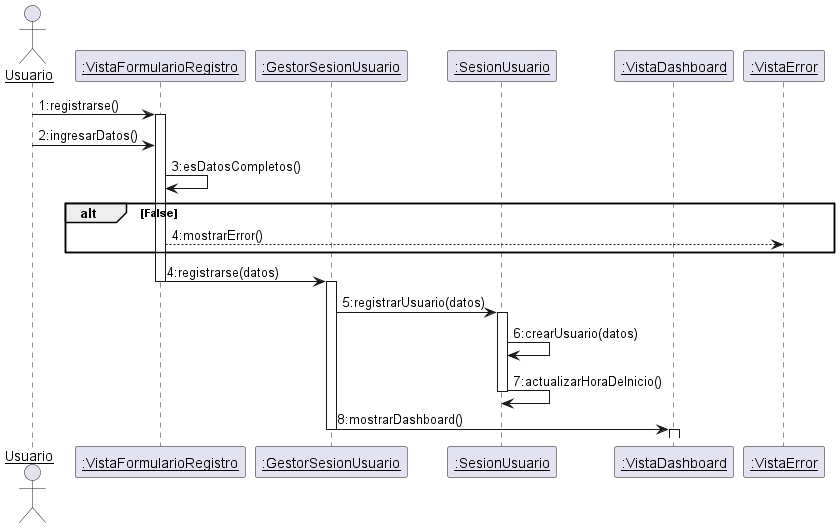
This is docs/scenariosView/DisciplinaDeDisenio/DiagramaDeSecuenciaRegistrarse.png from Samantha-Ramirez/ProyectoEquipo7ING, a PlantUML export, as it was before one commit.
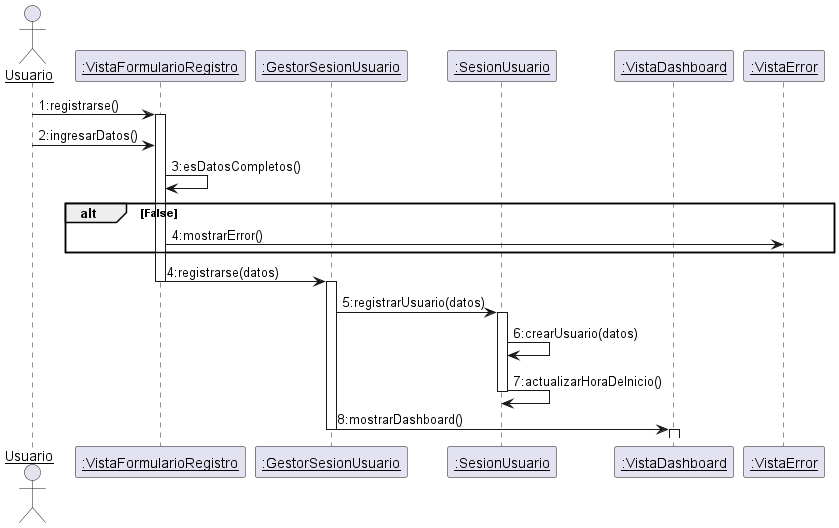
The same file after the commit.

Commit message:
Diagrama de traza y despliegue Disciplina de disenio

Change to the diagram source:
```diff
@@ -14,7 +14,7 @@
 Usuario -> VistaFormularioRegistro : 2:ingresarDatos()
 VistaFormularioRegistro -> VistaFormularioRegistro : 3:esDatosCompletos()
 alt False
-VistaFormularioRegistro --> VistaError: 4:mostrarError()
+VistaFormularioRegistro -> VistaError: 4:mostrarError()
 end
 VistaFormularioRegistro -> GestorSesionUsuario : 4:registrarse(datos)
 deactivate VistaFormularioRegistro
```
